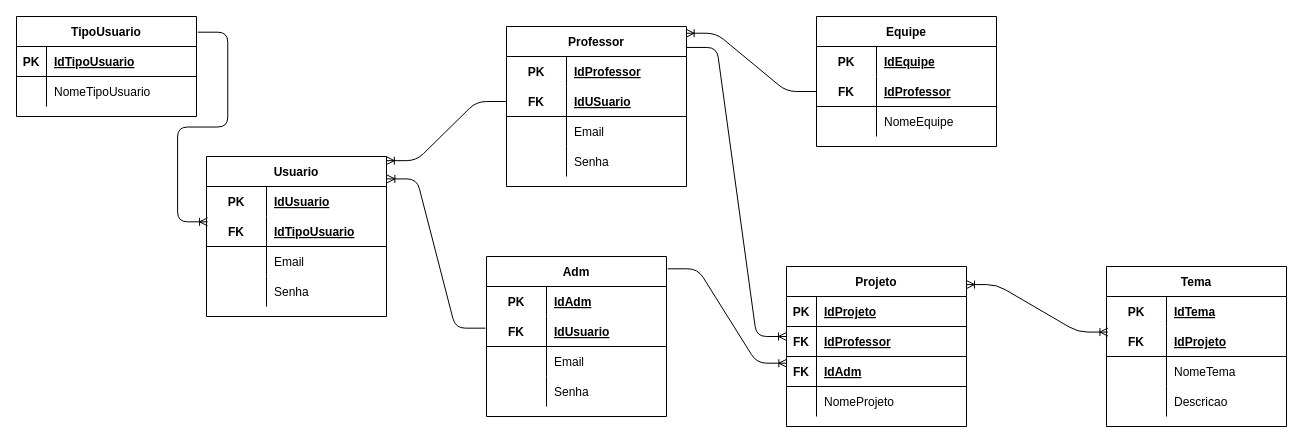
Earlier version of the draw.io diagram page "Modelo Lógico" (2 of 2) of Modelagens/Roman_Modelagens.drawio (JoVi0li/Roman). Source tidied: cells renumbered, new cells numbered last; positions are measured from the earlier drawing's top-left corner, leaving out a move shared by most shapes. Both pictures are drawn from the tidied source at 100%, with x=0, y=0 at pixel (16, 16).
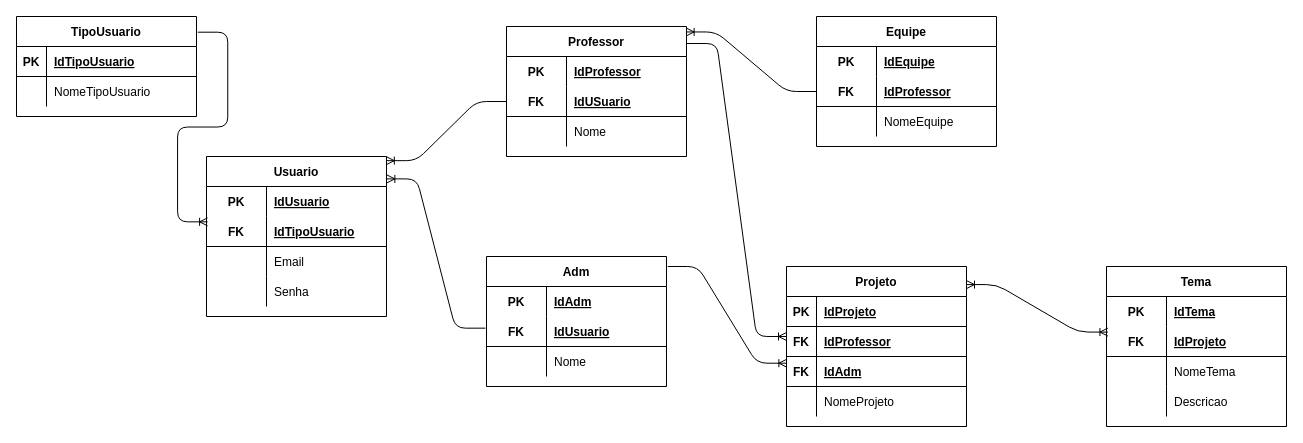
Above is the later version.

The change refers to these unchanged cells:
```xml
<mxCell id="52" style="shape=partialRectangle;fillColor=none;top=0;left=0;bottom=0;right=0;" parent="45" vertex="1">
  <mxGeometry y="90" width="180" height="30" as="geometry" />
</mxCell>
<mxCell id="65" style="shape=partialRectangle;fillColor=none;top=0;left=0;bottom=0;right=0;" parent="58" vertex="1">
  <mxGeometry y="90" width="180" height="30" as="geometry" />
</mxCell>
```

What changed in the source:
```diff
@@
     <mxCell id="45" value="Adm" style="shape=table;startSize=30;childLayout=tableLayout;rowLines=0;fontStyle=1;align=center;" parent="1" vertex="1">
-      <mxGeometry x="470" y="240" width="180" height="160" as="geometry" />
+      <mxGeometry x="470" y="240" width="180" height="130" as="geometry" />
     </mxCell>
@@
-    <mxCell id="54" value="Email" style="shape=partialRectangle;fillColor=none;top=0;left=0;bottom=0;right=0;align=left;spacingLeft=6;overflow=hidden;" parent="52" vertex="1">
+    <mxCell id="54" value="Nome" style="shape=partialRectangle;fillColor=none;top=0;left=0;bottom=0;right=0;align=left;spacingLeft=6;overflow=hidden;" parent="52" vertex="1">
       <mxGeometry x="60" width="120" height="30" as="geometry" />
     </mxCell>
-    <mxCell id="55" style="shape=partialRectangle;fillColor=none;top=0;left=0;bottom=0;right=0;" parent="45" vertex="1">
-      <mxGeometry y="120" width="180" height="30" as="geometry" />
-    </mxCell>
-    <mxCell id="56" style="shape=partialRectangle;fillColor=none;top=0;left=0;bottom=0;right=0;overflow=hidden;" parent="55" vertex="1">
-      <mxGeometry width="60" height="30" as="geometry" />
-    </mxCell>
-    <mxCell id="57" value="Senha" style="shape=partialRectangle;fillColor=none;top=0;left=0;bottom=0;right=0;align=left;spacingLeft=6;overflow=hidden;" parent="55" vertex="1">
-      <mxGeometry x="60" width="120" height="30" as="geometry" />
-    </mxCell>
     <mxCell id="58" value="Professor" style="shape=table;startSize=30;childLayout=tableLayout;rowLines=0;fontStyle=1;align=center;" parent="1" vertex="1">
-      <mxGeometry x="490" y="10" width="180" height="160" as="geometry" />
+      <mxGeometry x="490" y="10" width="180" height="130" as="geometry" />
     </mxCell>
@@
-    <mxCell id="67" value="Email" style="shape=partialRectangle;fillColor=none;top=0;left=0;bottom=0;right=0;align=left;spacingLeft=6;overflow=hidden;" parent="65" vertex="1">
+    <mxCell id="67" value="Nome" style="shape=partialRectangle;fillColor=none;top=0;left=0;bottom=0;right=0;align=left;spacingLeft=6;overflow=hidden;" parent="65" vertex="1">
       <mxGeometry x="60" width="120" height="30" as="geometry" />
     </mxCell>
-    <mxCell id="68" style="shape=partialRectangle;fillColor=none;top=0;left=0;bottom=0;right=0;" parent="58" vertex="1">
-      <mxGeometry y="120" width="180" height="30" as="geometry" />
-    </mxCell>
-    <mxCell id="69" style="shape=partialRectangle;fillColor=none;top=0;left=0;bottom=0;right=0;overflow=hidden;" parent="68" vertex="1">
-      <mxGeometry width="60" height="30" as="geometry" />
-    </mxCell>
-    <mxCell id="70" value="Senha" style="shape=partialRectangle;fillColor=none;top=0;left=0;bottom=0;right=0;align=left;spacingLeft=6;overflow=hidden;" parent="68" vertex="1">
-      <mxGeometry x="60" width="120" height="30" as="geometry" />
-    </mxCell>
```
